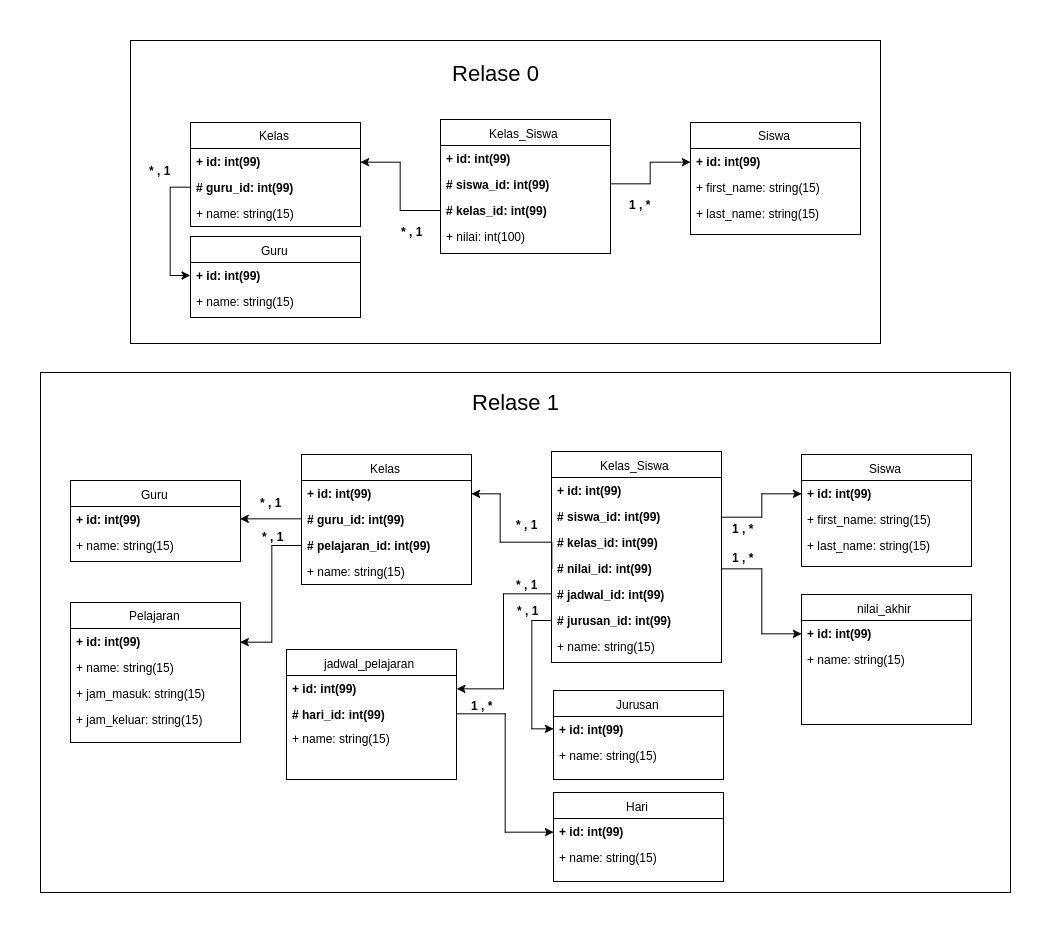
Before: schema_university_course.png, a diagram exported from draw.io (fire-fox-2017/schema-university-course). Source tidied: cells renumbered, new cells last; positions are measured from the earlier drawing's top-left corner, leaving out a move shared by most shapes.
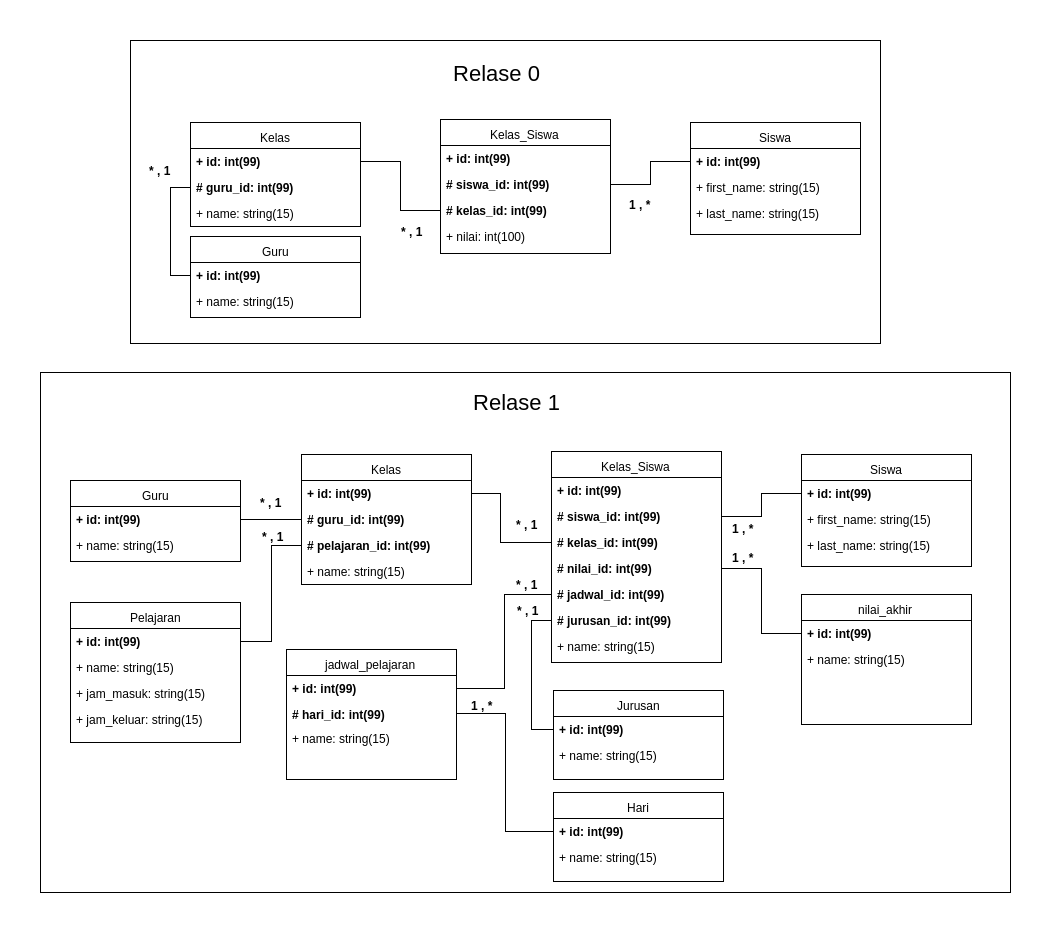
After the change.

Change to the diagram source:
```diff
@@ -53,13 +53,13 @@
     <mxCell id="18" value="+ name: string(15)" style="text;html=1;strokeColor=none;fillColor=none;align=left;verticalAlign=top;spacingLeft=4;spacingRight=4;whiteSpace=wrap;overflow=hidden;" parent="16" vertex="1">
       <mxGeometry y="52" width="170" height="26" as="geometry" />
     </mxCell>
-    <mxCell id="19" style="edgeStyle=orthogonalEdgeStyle;rounded=0;html=1;exitX=1;exitY=0.5;jettySize=auto;fontSize=12;" parent="1" edge="1" source="13" target="4">
+    <mxCell id="19" style="edgeStyle=orthogonalEdgeStyle;rounded=0;html=1;exitX=1;exitY=0.5;jettySize=auto;fontSize=12;endArrow=none;endFill=0;" parent="1" edge="1" source="13" target="4">
       <mxGeometry relative="1" as="geometry" />
     </mxCell>
-    <mxCell id="20" style="edgeStyle=orthogonalEdgeStyle;rounded=0;html=1;exitX=0;exitY=0.5;jettySize=auto;fontSize=12;" parent="1" edge="1" source="14" target="8">
+    <mxCell id="20" style="edgeStyle=orthogonalEdgeStyle;rounded=0;html=1;exitX=0;exitY=0.5;jettySize=auto;fontSize=12;endArrow=none;endFill=0;" parent="1" edge="1" source="14" target="8">
       <mxGeometry relative="1" as="geometry" />
     </mxCell>
-    <mxCell id="21" style="edgeStyle=orthogonalEdgeStyle;rounded=0;html=1;exitX=0;exitY=0.5;entryX=0;entryY=0.5;jettySize=auto;fontSize=12;" parent="1" edge="1" source="9" target="17">
+    <mxCell id="21" style="edgeStyle=orthogonalEdgeStyle;rounded=0;html=1;exitX=0;exitY=0.5;entryX=0;entryY=0.5;jettySize=auto;fontSize=12;endArrow=none;endFill=0;" parent="1" edge="1" source="9" target="17">
       <mxGeometry relative="1" as="geometry" />
     </mxCell>
     <mxCell id="22" value="1 , *" style="text;html=1;align=center;fontStyle=1;verticalAlign=middle;spacingLeft=3;spacingRight=3;strokeColor=none;fontSize=12;" parent="1" vertex="1">
@@ -137,10 +137,10 @@
     <mxCell id="46" value="+ name: string(15)" style="text;html=1;strokeColor=none;fillColor=none;align=left;verticalAlign=top;spacingLeft=4;spacingRight=4;whiteSpace=wrap;overflow=hidden;" parent="44" vertex="1">
       <mxGeometry y="52" width="170" height="26" as="geometry" />
     </mxCell>
-    <mxCell id="47" style="edgeStyle=orthogonalEdgeStyle;rounded=0;html=1;exitX=1;exitY=0.5;jettySize=auto;fontSize=12;" parent="1" edge="1" source="38" target="28">
+    <mxCell id="47" style="edgeStyle=orthogonalEdgeStyle;rounded=0;html=1;exitX=1;exitY=0.5;jettySize=auto;fontSize=12;endArrow=none;endFill=0;" parent="1" edge="1" source="38" target="28">
       <mxGeometry relative="1" as="geometry" />
     </mxCell>
-    <mxCell id="48" style="edgeStyle=orthogonalEdgeStyle;rounded=0;html=1;exitX=0;exitY=0.5;jettySize=auto;fontSize=12;" parent="1" edge="1" source="40" target="32">
+    <mxCell id="48" style="edgeStyle=orthogonalEdgeStyle;rounded=0;html=1;exitX=0;exitY=0.5;jettySize=auto;fontSize=12;endArrow=none;endFill=0;" parent="1" edge="1" source="40" target="32">
       <mxGeometry relative="1" as="geometry">
         <Array as="points">
           <mxPoint x="460" y="502" />
@@ -160,7 +160,7 @@
     <mxCell id="52" value="&lt;font style=&quot;font-size: 22px&quot;&gt;Relase 1&lt;/font&gt;" style="text;html=1;strokeColor=none;fillColor=none;align=center;verticalAlign=middle;whiteSpace=wrap;fontSize=12;" parent="1" vertex="1">
       <mxGeometry x="392" y="332" width="167" height="60" as="geometry" />
     </mxCell>
-    <mxCell id="53" style="edgeStyle=orthogonalEdgeStyle;rounded=0;html=1;exitX=0;exitY=0.5;entryX=1;entryY=0.5;jettySize=auto;fontSize=12;" parent="1" edge="1" source="33" target="45">
+    <mxCell id="53" style="edgeStyle=orthogonalEdgeStyle;rounded=0;html=1;exitX=0;exitY=0.5;entryX=1;entryY=0.5;jettySize=auto;fontSize=12;endArrow=none;endFill=0;" parent="1" edge="1" source="33" target="45">
       <mxGeometry relative="1" as="geometry" />
     </mxCell>
     <mxCell id="54" value="Pelajaran" style="swimlane;html=1;fontStyle=0;horizontal=1;startSize=26;fillColor=none;swimlaneFillColor=#ffffff;fontSize=12;" parent="1" vertex="1">
@@ -178,7 +178,7 @@
     <mxCell id="58" value="+ jam_keluar: string(15)" style="text;html=1;strokeColor=none;fillColor=none;align=left;verticalAlign=top;spacingLeft=4;spacingRight=4;whiteSpace=wrap;overflow=hidden;" parent="54" vertex="1">
       <mxGeometry y="104" width="170" height="26" as="geometry" />
     </mxCell>
-    <mxCell id="59" style="edgeStyle=orthogonalEdgeStyle;rounded=0;html=1;exitX=0;exitY=0.5;entryX=1;entryY=0.5;jettySize=auto;fontSize=12;" parent="1" edge="1" source="34" target="55">
+    <mxCell id="59" style="edgeStyle=orthogonalEdgeStyle;rounded=0;html=1;exitX=0;exitY=0.5;entryX=1;entryY=0.5;jettySize=auto;fontSize=12;endArrow=none;endFill=0;" parent="1" edge="1" source="34" target="55">
       <mxGeometry relative="1" as="geometry" />
     </mxCell>
     <mxCell id="60" value="* , 1" style="text;html=1;align=center;fontStyle=1;verticalAlign=middle;spacingLeft=3;spacingRight=3;strokeColor=none;fontSize=12;" parent="1" vertex="1">
@@ -217,13 +217,13 @@
     <mxCell id="71" value="+ name: string(15)" style="text;html=1;strokeColor=none;fillColor=none;align=left;verticalAlign=top;spacingLeft=4;spacingRight=4;whiteSpace=wrap;overflow=hidden;" parent="69" vertex="1">
       <mxGeometry y="52" width="170" height="26" as="geometry" />
     </mxCell>
-    <mxCell id="72" style="edgeStyle=orthogonalEdgeStyle;rounded=0;html=1;exitX=0;exitY=0.5;entryX=1;entryY=0.5;jettySize=auto;fontSize=12;" parent="1" edge="1" source="41" target="62">
+    <mxCell id="72" style="edgeStyle=orthogonalEdgeStyle;rounded=0;html=1;exitX=0;exitY=0.5;entryX=1;entryY=0.5;jettySize=auto;fontSize=12;endArrow=none;endFill=0;" parent="1" edge="1" source="41" target="62">
       <mxGeometry relative="1" as="geometry" />
     </mxCell>
     <mxCell id="73" value="* , 1" style="text;html=1;align=center;fontStyle=1;verticalAlign=middle;spacingLeft=3;spacingRight=3;strokeColor=none;fontSize=12;" parent="1" vertex="1">
       <mxGeometry x="467" y="533" width="40" height="20" as="geometry" />
     </mxCell>
-    <mxCell id="74" style="edgeStyle=orthogonalEdgeStyle;rounded=0;html=1;exitX=1;exitY=0.5;jettySize=auto;fontSize=12;" parent="1" edge="1" source="40" target="70">
+    <mxCell id="74" style="edgeStyle=orthogonalEdgeStyle;rounded=0;html=1;exitX=1;exitY=0.5;jettySize=auto;fontSize=12;endArrow=none;endFill=0;" parent="1" edge="1" source="40" target="70">
       <mxGeometry relative="1" as="geometry" />
     </mxCell>
     <mxCell id="75" value="1 , *" style="text;html=1;align=center;fontStyle=1;verticalAlign=middle;spacingLeft=3;spacingRight=3;strokeColor=none;fontSize=12;" parent="1" vertex="1">
@@ -238,10 +238,10 @@
     <mxCell id="78" value="+ name: string(15)" style="text;html=1;strokeColor=none;fillColor=none;align=left;verticalAlign=top;spacingLeft=4;spacingRight=4;whiteSpace=wrap;overflow=hidden;" parent="76" vertex="1">
       <mxGeometry y="52" width="170" height="26" as="geometry" />
     </mxCell>
-    <mxCell id="79" style="edgeStyle=orthogonalEdgeStyle;rounded=0;html=1;exitX=1;exitY=0.5;entryX=0;entryY=0.5;jettySize=auto;fontSize=12;" parent="1" edge="1" source="63" target="77">
+    <mxCell id="79" style="edgeStyle=orthogonalEdgeStyle;rounded=0;html=1;exitX=1;exitY=0.5;entryX=0;entryY=0.5;jettySize=auto;fontSize=12;endArrow=none;endFill=0;" parent="1" edge="1" source="63" target="77">
       <mxGeometry relative="1" as="geometry" />
     </mxCell>
-    <mxCell id="80" style="edgeStyle=orthogonalEdgeStyle;rounded=0;html=1;exitX=0;exitY=0.5;entryX=0;entryY=0.5;jettySize=auto;fontSize=12;" parent="1" edge="1" source="42" target="66">
+    <mxCell id="80" style="edgeStyle=orthogonalEdgeStyle;rounded=0;html=1;exitX=0;exitY=0.5;entryX=0;entryY=0.5;jettySize=auto;fontSize=12;endArrow=none;endFill=0;" parent="1" edge="1" source="42" target="66">
       <mxGeometry relative="1" as="geometry" />
     </mxCell>
     <mxCell id="81" value="* , 1" style="text;html=1;align=center;fontStyle=1;verticalAlign=middle;spacingLeft=3;spacingRight=3;strokeColor=none;fontSize=12;" parent="1" vertex="1">
```
